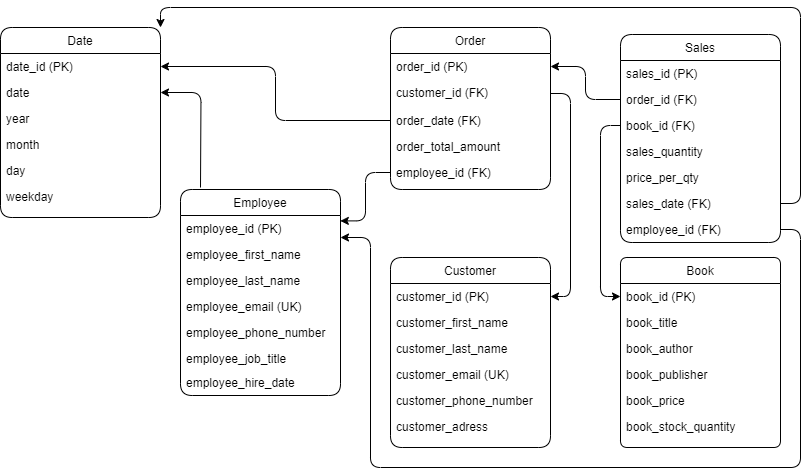
Above: 02_assignments/Question 1. Bookstore.png in YMakushenko/sql (draw.io), before the change. Source tidied: cells renumbered, new cells last; positions are measured from the earlier drawing's top-left corner, leaving out a move shared by most shapes.
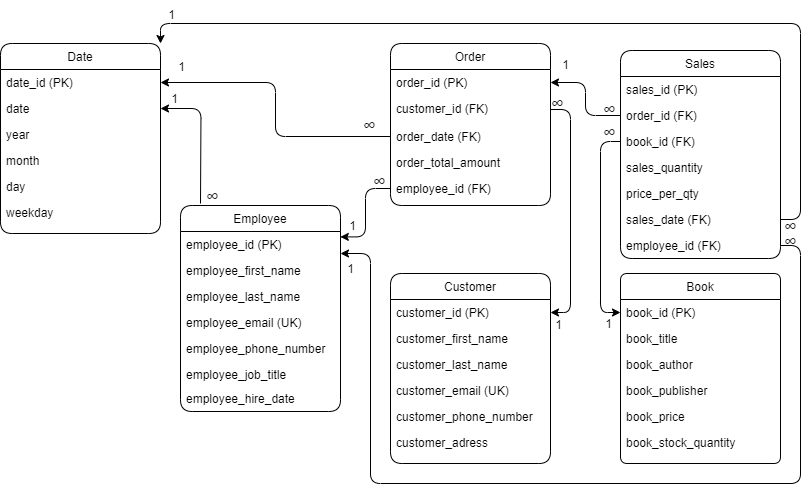
After the commit.

Commit message:
Adding the relationship type in the ERD

What changed in the source:
```diff
@@ -1,8 +1,8 @@
 <mxGraphModel>
   <root>
-    <mxCell id="0" />
-    <mxCell id="1" parent="0" />
+    <mxCell id="53" />
+    <mxCell id="54" parent="53" />
-    <mxCell id="2" value="Employee" style="swimlane;fontStyle=0;align=center;verticalAlign=top;horizontal=1;startSize=26;rounded=1;shadow=0;strokeWidth=1;" parent="1" vertex="1">
+    <mxCell id="2" value="Employee" style="swimlane;fontStyle=0;align=center;verticalAlign=top;horizontal=1;startSize=26;rounded=1;shadow=0;strokeWidth=1;" parent="54" vertex="1">
       <mxGeometry x="180" y="162" width="160" height="206" as="geometry" />
     </mxCell>
     <mxCell id="3" value="employee_id (PK)" style="text;align=left;verticalAlign=top;spacingLeft=4;spacingRight=4;overflow=hidden;points=[[0,0.5],[1,0.5]];portConstraint=eastwest;rounded=1;" parent="2" vertex="1">
@@ -26,7 +26,7 @@
     <mxCell id="9" value="employee_hire_date" style="text;align=left;verticalAlign=top;spacingLeft=4;spacingRight=4;overflow=hidden;rounded=1;shadow=0;html=0;strokeColor=none;" parent="2" vertex="1">
       <mxGeometry y="180" width="160" height="24" as="geometry" />
     </mxCell>
-    <mxCell id="10" value="Book" style="swimlane;fontStyle=0;align=center;verticalAlign=top;horizontal=1;startSize=26;rounded=1;shadow=0;strokeWidth=1;arcSize=9;" parent="1" vertex="1">
+    <mxCell id="10" value="Book" style="swimlane;fontStyle=0;align=center;verticalAlign=top;horizontal=1;startSize=26;rounded=1;shadow=0;strokeWidth=1;arcSize=9;" parent="54" vertex="1">
       <mxGeometry x="620" y="230" width="160" height="190" as="geometry" />
     </mxCell>
     <mxCell id="11" value="book_id (PK)" style="text;align=left;verticalAlign=top;spacingLeft=4;spacingRight=4;overflow=hidden;points=[[0,0.5],[1,0.5]];portConstraint=eastwest;rounded=1;" parent="10" vertex="1">
@@ -47,7 +47,7 @@
     <mxCell id="16" value="book_stock_quantity" style="text;align=left;verticalAlign=top;spacingLeft=4;spacingRight=4;overflow=hidden;rounded=1;" parent="10" vertex="1">
       <mxGeometry y="156" width="160" height="26" as="geometry" />
     </mxCell>
-    <mxCell id="17" value="Customer" style="swimlane;fontStyle=0;align=center;verticalAlign=top;horizontal=1;startSize=26;rounded=1;shadow=0;strokeWidth=1;" parent="1" vertex="1">
+    <mxCell id="17" value="Customer" style="swimlane;fontStyle=0;align=center;verticalAlign=top;horizontal=1;startSize=26;rounded=1;shadow=0;strokeWidth=1;" parent="54" vertex="1">
       <mxGeometry x="390" y="230" width="160" height="190" as="geometry" />
     </mxCell>
     <mxCell id="18" value="customer_id (PK)" style="text;align=left;verticalAlign=top;spacingLeft=4;spacingRight=4;overflow=hidden;points=[[0,0.5],[1,0.5]];portConstraint=eastwest;rounded=1;" parent="17" vertex="1">
@@ -68,7 +68,7 @@
     <mxCell id="23" value="customer_adress" style="text;align=left;verticalAlign=top;spacingLeft=4;spacingRight=4;overflow=hidden;rounded=1;" parent="17" vertex="1">
       <mxGeometry y="156" width="160" height="26" as="geometry" />
     </mxCell>
-    <mxCell id="24" value="Date" style="swimlane;fontStyle=0;align=center;verticalAlign=top;horizontal=1;startSize=26;rounded=1;shadow=0;strokeWidth=1;" parent="1" vertex="1">
+    <mxCell id="24" value="Date" style="swimlane;fontStyle=0;align=center;verticalAlign=top;horizontal=1;startSize=26;rounded=1;shadow=0;strokeWidth=1;" parent="54" vertex="1">
       <mxGeometry width="160" height="190" as="geometry" />
     </mxCell>
     <mxCell id="25" value="date_id (PK)" style="text;align=left;verticalAlign=top;spacingLeft=4;spacingRight=4;overflow=hidden;points=[[0,0.5],[1,0.5]];portConstraint=eastwest;rounded=1;" parent="24" vertex="1">
@@ -89,7 +89,7 @@
     <mxCell id="30" value="weekday" style="text;align=left;verticalAlign=top;spacingLeft=4;spacingRight=4;overflow=hidden;rounded=1;" parent="24" vertex="1">
       <mxGeometry y="156" width="160" height="26" as="geometry" />
     </mxCell>
-    <mxCell id="31" value="Sales" style="swimlane;fontStyle=0;align=center;verticalAlign=top;horizontal=1;startSize=26;rounded=1;shadow=0;strokeWidth=1;" parent="1" vertex="1">
+    <mxCell id="31" value="Sales" style="swimlane;fontStyle=0;align=center;verticalAlign=top;horizontal=1;startSize=26;rounded=1;shadow=0;strokeWidth=1;" parent="54" vertex="1">
       <mxGeometry x="620" y="7" width="160" height="208" as="geometry" />
     </mxCell>
     <mxCell id="32" value="sales_id (PK)" style="text;align=left;verticalAlign=top;spacingLeft=4;spacingRight=4;overflow=hidden;rounded=1;" parent="31" vertex="1">
@@ -113,7 +113,7 @@
     <mxCell id="38" value="employee_id (FK)" style="text;align=left;verticalAlign=top;spacingLeft=4;spacingRight=4;overflow=hidden;points=[[0,0.5],[1,0.5]];portConstraint=eastwest;rounded=1;shadow=0;html=0;" parent="31" vertex="1">
       <mxGeometry y="182" width="160" height="26" as="geometry" />
     </mxCell>
-    <mxCell id="39" value="Order" style="swimlane;fontStyle=0;align=center;verticalAlign=top;horizontal=1;startSize=26;rounded=1;shadow=0;strokeWidth=1;" parent="1" vertex="1">
+    <mxCell id="39" value="Order" style="swimlane;fontStyle=0;align=center;verticalAlign=top;horizontal=1;startSize=26;rounded=1;shadow=0;strokeWidth=1;" parent="54" vertex="1">
       <mxGeometry x="390" width="160" height="162" as="geometry" />
     </mxCell>
     <mxCell id="40" value="order_id (PK)" style="text;align=left;verticalAlign=top;spacingLeft=4;spacingRight=4;overflow=hidden;points=[[0,0.5],[1,0.5]];portConstraint=eastwest;rounded=1;" parent="39" vertex="1">
@@ -131,21 +131,21 @@
     <mxCell id="44" value="employee_id (FK)" style="text;align=left;verticalAlign=top;spacingLeft=4;spacingRight=4;overflow=hidden;points=[[0,0.5],[1,0.5]];portConstraint=eastwest;rounded=1;shadow=0;html=0;" parent="39" vertex="1">
       <mxGeometry y="132" width="160" height="26" as="geometry" />
     </mxCell>
-    <mxCell id="45" style="edgeStyle=orthogonalEdgeStyle;jettySize=auto;html=1;exitX=0;exitY=0.5;exitDx=0;exitDy=0;entryX=1;entryY=0.5;entryDx=0;entryDy=0;" parent="1" edge="1" source="42" target="25">
+    <mxCell id="45" style="edgeStyle=orthogonalEdgeStyle;jettySize=auto;html=1;exitX=0;exitY=0.5;exitDx=0;exitDy=0;entryX=1;entryY=0.5;entryDx=0;entryDy=0;" parent="54" edge="1" source="42" target="25">
       <mxGeometry relative="1" as="geometry" />
     </mxCell>
-    <mxCell id="46" style="edgeStyle=orthogonalEdgeStyle;jettySize=auto;html=1;exitX=1;exitY=0.5;exitDx=0;exitDy=0;entryX=1;entryY=0;entryDx=0;entryDy=0;" parent="1" edge="1" source="37" target="24">
+    <mxCell id="46" style="edgeStyle=orthogonalEdgeStyle;jettySize=auto;html=1;exitX=1;exitY=0.5;exitDx=0;exitDy=0;entryX=1;entryY=0;entryDx=0;entryDy=0;" parent="54" edge="1" source="37" target="24">
       <mxGeometry relative="1" as="geometry" />
     </mxCell>
-    <mxCell id="47" style="edgeStyle=orthogonalEdgeStyle;jettySize=auto;html=1;entryX=1;entryY=0.5;entryDx=0;entryDy=0;" parent="1" edge="1" target="26">
-      <mxGeometry relative="1" as="geometry">
-        <mxPoint x="200" y="160" as="sourcePoint" />
-      </mxGeometry>
-    </mxCell>
+    <mxCell id="55" style="edgeStyle=orthogonalEdgeStyle;jettySize=auto;html=1;entryX=1;entryY=0.5;entryDx=0;entryDy=0;" parent="54" edge="1" target="26">
+      <mxGeometry relative="1" as="geometry">
+        <mxPoint x="200" y="160" as="sourcePoint" />
+      </mxGeometry>
+    </mxCell>
-    <mxCell id="48" style="edgeStyle=orthogonalEdgeStyle;jettySize=auto;html=1;exitX=0;exitY=0.5;exitDx=0;exitDy=0;entryX=0.999;entryY=0.207;entryDx=0;entryDy=0;entryPerimeter=0;" parent="1" edge="1" source="44" target="3">
+    <mxCell id="48" style="edgeStyle=orthogonalEdgeStyle;jettySize=auto;html=1;exitX=0;exitY=0.5;exitDx=0;exitDy=0;entryX=0.999;entryY=0.207;entryDx=0;entryDy=0;entryPerimeter=0;" parent="54" edge="1" source="44" target="3">
       <mxGeometry relative="1" as="geometry" />
     </mxCell>
-    <mxCell id="49" style="edgeStyle=orthogonalEdgeStyle;jettySize=auto;html=1;exitX=1;exitY=0.5;exitDx=0;exitDy=0;entryX=1;entryY=0.846;entryDx=0;entryDy=0;entryPerimeter=0;" parent="1" edge="1" source="38" target="3">
+    <mxCell id="49" style="edgeStyle=orthogonalEdgeStyle;jettySize=auto;html=1;exitX=1;exitY=0.5;exitDx=0;exitDy=0;entryX=1;entryY=0.846;entryDx=0;entryDy=0;entryPerimeter=0;" parent="54" edge="1" source="38" target="3">
       <mxGeometry relative="1" as="geometry">
         <Array as="points">
           <mxPoint x="800" y="202" />
@@ -155,14 +155,62 @@
         </Array>
       </mxGeometry>
     </mxCell>
-    <mxCell id="50" style="edgeStyle=orthogonalEdgeStyle;jettySize=auto;html=1;exitX=0;exitY=0.5;exitDx=0;exitDy=0;entryX=1;entryY=0.5;entryDx=0;entryDy=0;" parent="1" edge="1" source="33" target="40">
+    <mxCell id="50" style="edgeStyle=orthogonalEdgeStyle;jettySize=auto;html=1;exitX=0;exitY=0.5;exitDx=0;exitDy=0;entryX=1;entryY=0.5;entryDx=0;entryDy=0;" parent="54" edge="1" source="33" target="40">
       <mxGeometry relative="1" as="geometry" />
     </mxCell>
-    <mxCell id="51" style="edgeStyle=orthogonalEdgeStyle;jettySize=auto;html=1;exitX=1;exitY=0.5;exitDx=0;exitDy=0;entryX=1;entryY=0.5;entryDx=0;entryDy=0;" parent="1" edge="1" source="41" target="18">
+    <mxCell id="51" style="edgeStyle=orthogonalEdgeStyle;jettySize=auto;html=1;exitX=1;exitY=0.5;exitDx=0;exitDy=0;entryX=1;entryY=0.5;entryDx=0;entryDy=0;" parent="54" edge="1" source="41" target="18">
       <mxGeometry relative="1" as="geometry" />
     </mxCell>
-    <mxCell id="52" style="edgeStyle=orthogonalEdgeStyle;jettySize=auto;html=1;exitX=0;exitY=0.5;exitDx=0;exitDy=0;entryX=0;entryY=0.5;entryDx=0;entryDy=0;" parent="1" edge="1" source="34" target="11">
+    <mxCell id="52" style="edgeStyle=orthogonalEdgeStyle;jettySize=auto;html=1;exitX=0;exitY=0.5;exitDx=0;exitDy=0;entryX=0;entryY=0.5;entryDx=0;entryDy=0;" parent="54" edge="1" source="34" target="11">
       <mxGeometry relative="1" as="geometry" />
     </mxCell>
+    <mxCell id="56" value="1" style="text;html=1;align=center;verticalAlign=middle;strokeColor=none;fillColor=none;" parent="54" vertex="1">
+      <mxGeometry x="156" y="-43" width="30" height="30" as="geometry" />
+    </mxCell>
+    <mxCell id="57" value="&lt;font style=&quot;font-size: 18px;&quot;&gt;∞&lt;/font&gt;" style="text;html=1;align=center;verticalAlign=middle;strokeColor=none;fillColor=none;" parent="54" vertex="1">
+      <mxGeometry x="770" y="163" width="40" height="40" as="geometry" />
+    </mxCell>
+    <mxCell id="58" value="1" style="text;html=1;align=center;verticalAlign=middle;strokeColor=none;fillColor=none;" parent="54" vertex="1">
+      <mxGeometry x="166" y="9" width="30" height="30" as="geometry" />
+    </mxCell>
+    <mxCell id="59" value="&lt;font style=&quot;font-size: 18px;&quot;&gt;∞&lt;/font&gt;" style="text;html=1;align=center;verticalAlign=middle;strokeColor=none;fillColor=none;" parent="54" vertex="1">
+      <mxGeometry x="349" y="62" width="40" height="40" as="geometry" />
+    </mxCell>
+    <mxCell id="60" value="1" style="text;html=1;align=center;verticalAlign=middle;strokeColor=none;fillColor=none;" parent="54" vertex="1">
+      <mxGeometry x="550" y="7" width="30" height="30" as="geometry" />
+    </mxCell>
+    <mxCell id="61" value="&lt;font style=&quot;font-size: 18px;&quot;&gt;∞&lt;/font&gt;" style="text;html=1;align=center;verticalAlign=middle;strokeColor=none;fillColor=none;" parent="54" vertex="1">
+      <mxGeometry x="359" y="118" width="40" height="40" as="geometry" />
+    </mxCell>
+    <mxCell id="62" value="1" style="text;html=1;align=center;verticalAlign=middle;strokeColor=none;fillColor=none;" parent="54" vertex="1">
+      <mxGeometry x="337" y="168" width="30" height="30" as="geometry" />
+    </mxCell>
+    <mxCell id="63" value="1" style="text;html=1;align=center;verticalAlign=middle;strokeColor=none;fillColor=none;" parent="54" vertex="1">
+      <mxGeometry x="543" y="267" width="30" height="30" as="geometry" />
+    </mxCell>
+    <mxCell id="64" value="&lt;font style=&quot;font-size: 18px;&quot;&gt;∞&lt;/font&gt;" style="text;html=1;align=center;verticalAlign=middle;strokeColor=none;fillColor=none;" parent="54" vertex="1">
+      <mxGeometry x="537" y="40" width="40" height="40" as="geometry" />
+    </mxCell>
+    <mxCell id="65" value="&lt;font style=&quot;font-size: 18px;&quot;&gt;∞&lt;/font&gt;" style="text;html=1;align=center;verticalAlign=middle;strokeColor=none;fillColor=none;" parent="54" vertex="1">
+      <mxGeometry x="589" y="69" width="40" height="40" as="geometry" />
+    </mxCell>
+    <mxCell id="66" value="1" style="text;html=1;align=center;verticalAlign=middle;strokeColor=none;fillColor=none;" parent="54" vertex="1">
+      <mxGeometry x="593" y="266" width="30" height="30" as="geometry" />
+    </mxCell>
+    <mxCell id="67" value="1" style="text;html=1;align=center;verticalAlign=middle;strokeColor=none;fillColor=none;" parent="54" vertex="1">
+      <mxGeometry x="335" y="211" width="30" height="30" as="geometry" />
+    </mxCell>
+    <mxCell id="68" value="&lt;font style=&quot;font-size: 18px;&quot;&gt;∞&lt;/font&gt;" style="text;html=1;align=center;verticalAlign=middle;strokeColor=none;fillColor=none;" parent="54" vertex="1">
+      <mxGeometry x="589" y="46" width="40" height="40" as="geometry" />
+    </mxCell>
+    <mxCell id="69" value="&lt;font style=&quot;font-size: 18px;&quot;&gt;∞&lt;/font&gt;" style="text;html=1;align=center;verticalAlign=middle;strokeColor=none;fillColor=none;" parent="54" vertex="1">
+      <mxGeometry x="770" y="178" width="40" height="40" as="geometry" />
+    </mxCell>
+    <mxCell id="70" value="1" style="text;html=1;align=center;verticalAlign=middle;strokeColor=none;fillColor=none;" parent="54" vertex="1">
+      <mxGeometry x="159" y="41" width="30" height="30" as="geometry" />
+    </mxCell>
+    <mxCell id="71" value="&lt;font style=&quot;font-size: 18px;&quot;&gt;∞&lt;/font&gt;" style="text;html=1;align=center;verticalAlign=middle;strokeColor=none;fillColor=none;" parent="54" vertex="1">
+      <mxGeometry x="192" y="133" width="40" height="40" as="geometry" />
+    </mxCell>
   </root>
 </mxGraphModel>
```
